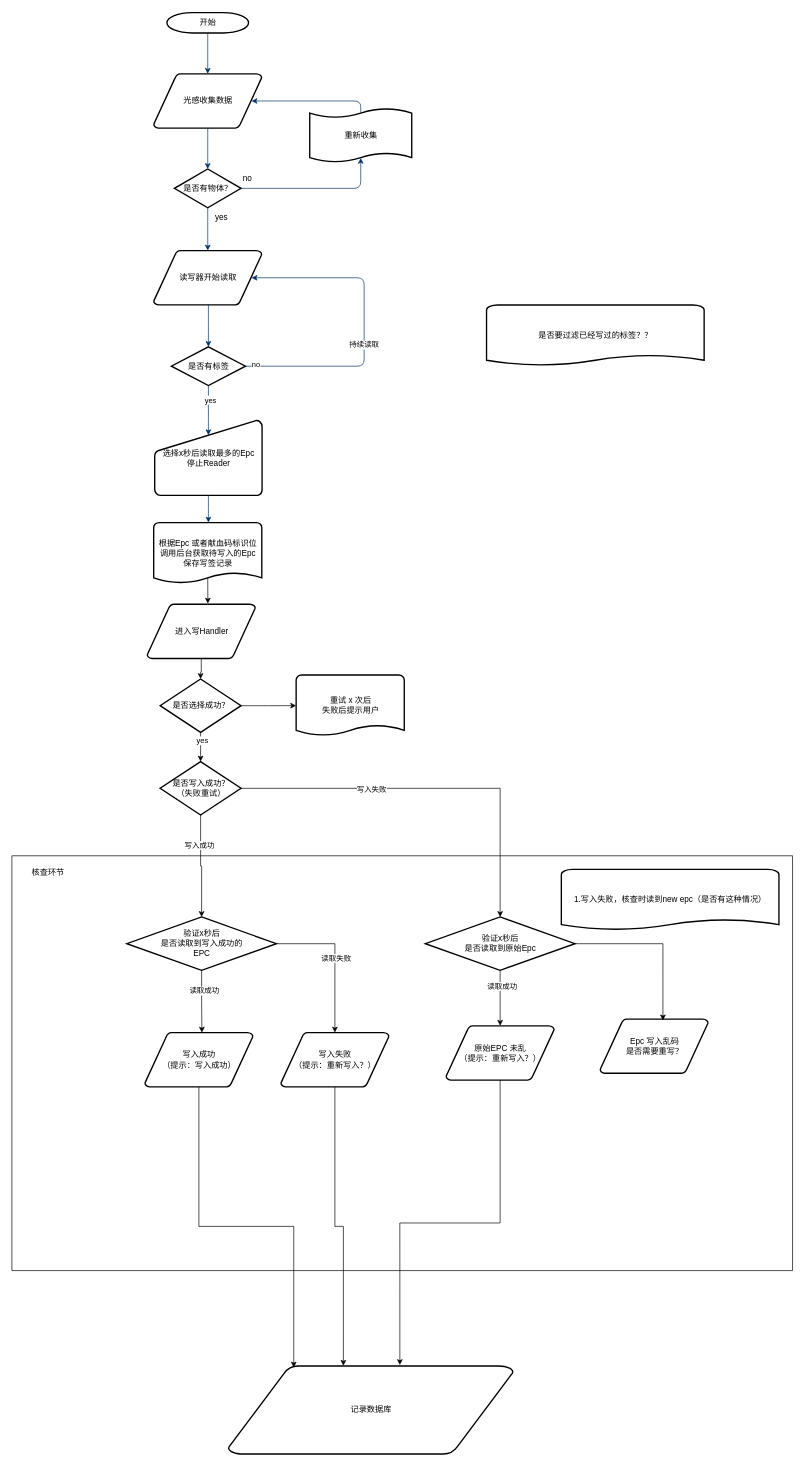
Earlier version of the draw.io diagram 桌面式射频记录仪（写码）.drawio (HaoQianCheng/Draw). Source tidied: cells renumbered, new cells numbered last; positions are measured from the earlier drawing's top-left corner, leaving out a move shared by most shapes. Both pictures are drawn from the tidied source at 68%, with x=0, y=0 at pixel (12, 12).
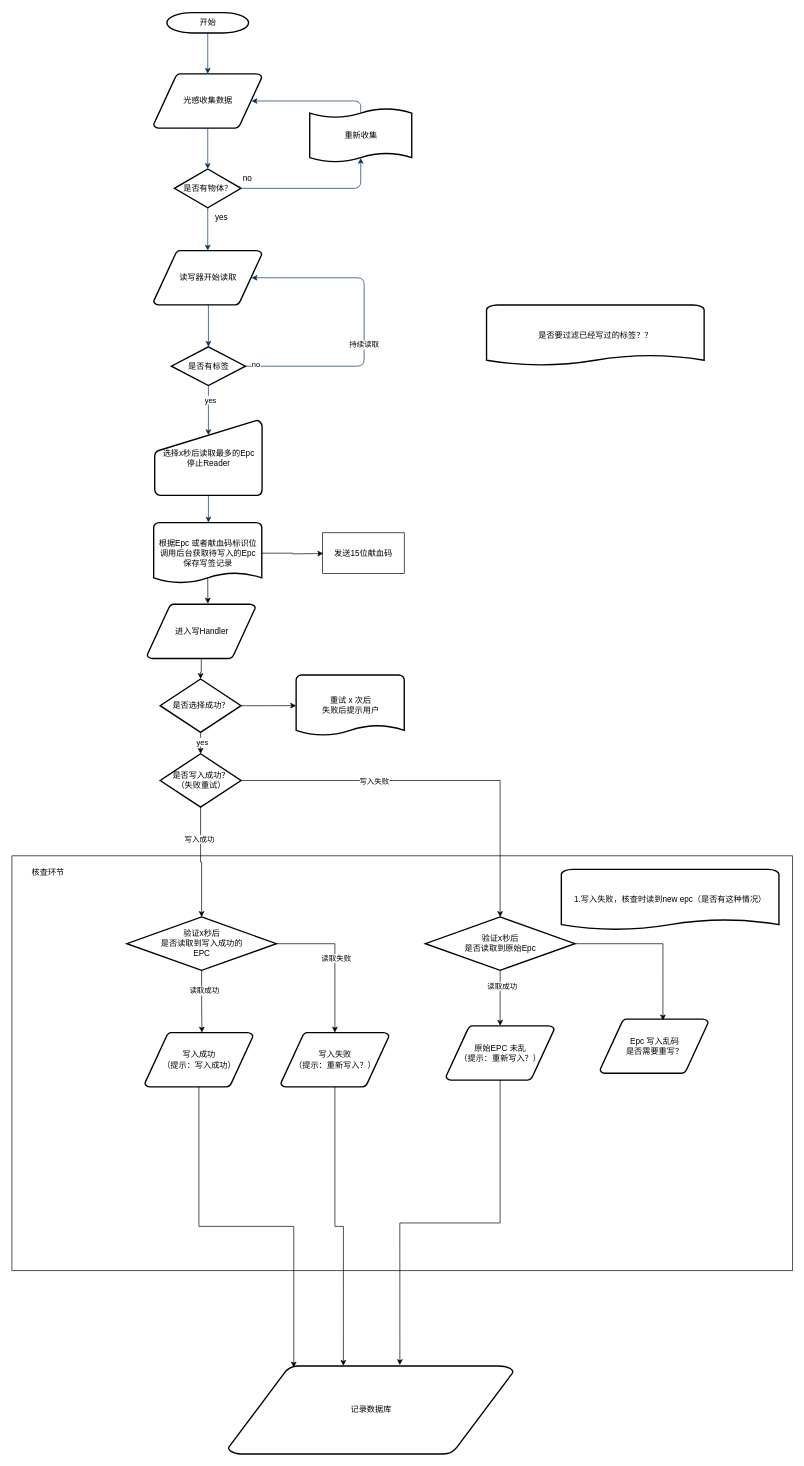
The same diagram, later.

Commit message:
更新桌面式射频记录仪（写码）.drawio

The change refers to these unchanged cells:
```xml
<mxCell id="19" value="根据Epc 或者献血码标识位&lt;br&gt;&lt;div&gt;调用后台获取待写入的Epc&lt;br&gt;保存写签记录&lt;/div&gt;" style="shape=mxgraph.flowchart.document;strokeWidth=2;gradientColor=none;gradientDirection=north;fontStyle=0;html=1;" parent="1" vertex="1">
  <mxGeometry x="208.5" y="750" width="159" height="90" as="geometry" />
</mxCell>
```

Diff of the diagram source:
```diff
@@
+    <mxCell id="58" style="edgeStyle=orthogonalEdgeStyle;rounded=0;jettySize=auto;html=1;exitX=1;exitY=0.5;exitDx=0;exitDy=0;exitPerimeter=0;" parent="1" edge="1" source="19">
+      <mxGeometry relative="1" as="geometry">
+        <mxPoint x="458" y="795.5" as="targetPoint" />
+      </mxGeometry>
+    </mxCell>
@@
     <mxCell id="29" value="是否写入成功？&lt;br&gt;（失败重试）" style="shape=mxgraph.flowchart.decision;strokeWidth=2;gradientColor=none;gradientDirection=north;fontStyle=0;html=1;" parent="1" vertex="1">
-      <mxGeometry x="218" y="1101.5" width="119" height="78.5" as="geometry" />
+      <mxGeometry x="218" y="1090" width="119" height="78.5" as="geometry" />
     </mxCell>
@@
+    <mxCell id="59" value="发送15位献血码" style="rounded=0;whiteSpace=wrap;html=1;" parent="1" vertex="1">
+      <mxGeometry x="457" y="765" width="120" height="60" as="geometry" />
+    </mxCell>
```
